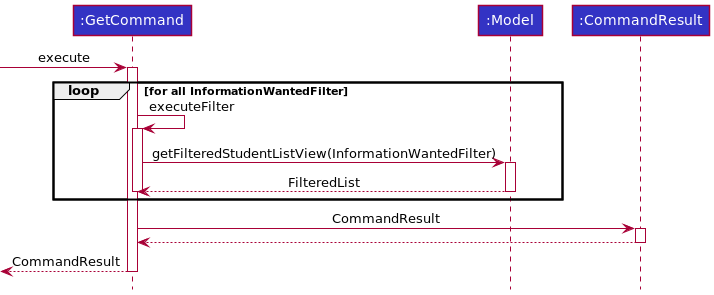
The PlantUML diagram docs/images/logic/commands/getcommand/GetCommandSequenceDiagram.png in nus-cs2103-AY2122S1/tp, before a commit.
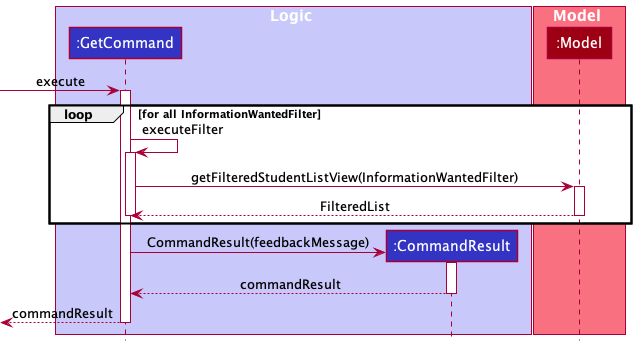
The same diagram one commit later.

What changed in the source:
```diff
@@ -1,8 +1,14 @@
 @startuml
 !include ../../../style.puml
+
+box Logic LOGIC_COLOR_T1
 Participant ":GetCommand" as rc LOGIC_COLOR
-Participant ":Model" as mm LOGIC_COLOR
 Participant ":CommandResult" as result LOGIC_COLOR
+end box
+
+box Model MODEL_COLOR_T1
+Participant ":Model" as mm MODEL_COLOR
+end box
 
 -> rc ++ :execute
 loop for all InformationWantedFilter
@@ -11,7 +17,8 @@
     mm --> rc -- : FilteredList
     deactivate
 end
-rc -> result ++ :CommandResult
-return
-return CommandResult
+create result
+rc -> result ++ :CommandResult(feedbackMessage)
+return commandResult
+return commandResult
 @enduml
```
